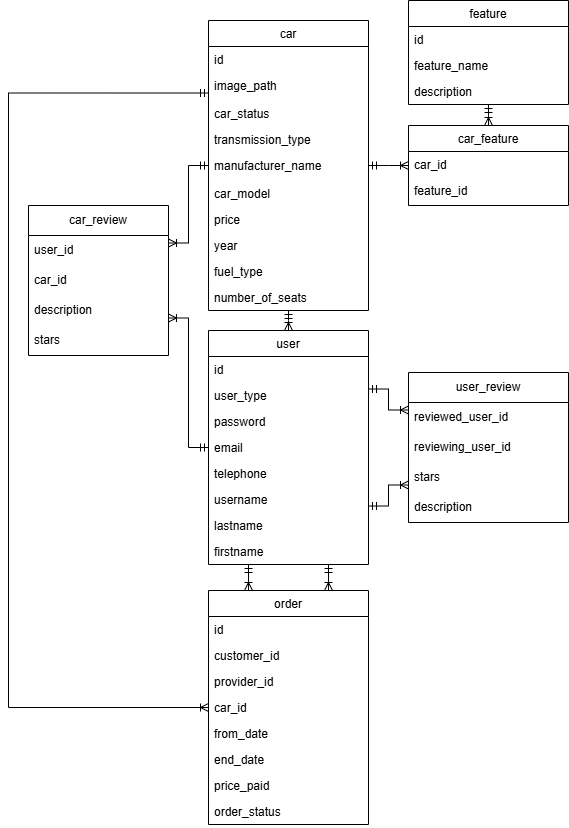
Before: Doc/databaseScheme.drawio.png, a diagram exported from draw.io (Nezerpz/IDATA2306-Project-2025). Source tidied: cells renumbered, new cells last; positions are measured from the earlier drawing's top-left corner, leaving out a move shared by most shapes.
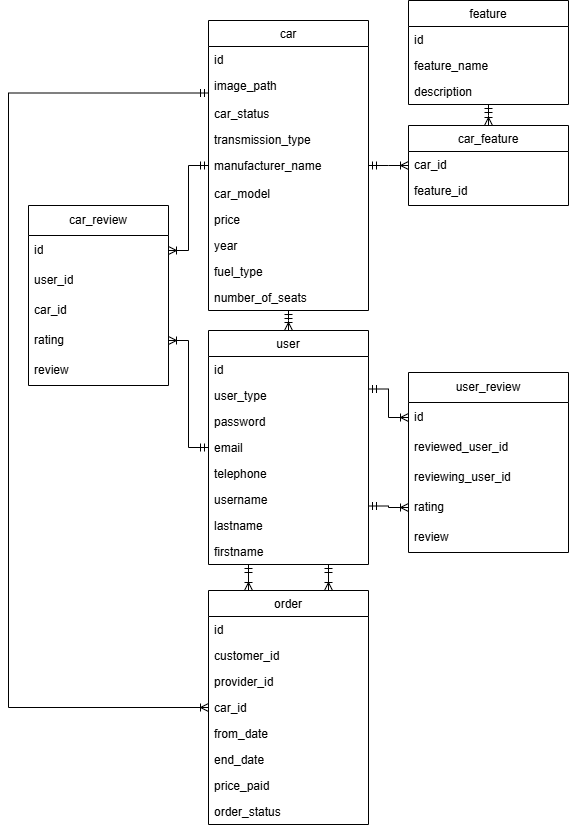
Above is the later version.

Diff of the diagram source:
```diff
@@ -133,19 +133,22 @@
       <mxGeometry relative="1" as="geometry" />
     </mxCell>
     <mxCell id="44" value="user_review" style="swimlane;fontStyle=0;horizontal=1;startSize=30;whiteSpace=wrap;html=1;" parent="1" vertex="1">
-      <mxGeometry x="400" y="372" width="160" height="150" as="geometry" />
+      <mxGeometry x="400" y="372" width="160" height="180" as="geometry" />
     </mxCell>
+    <mxCell id="58" value="id" style="text;strokeColor=none;fillColor=none;align=left;verticalAlign=middle;spacingLeft=4;spacingRight=4;overflow=hidden;whiteSpace=wrap;html=1;" parent="44" vertex="1">
+      <mxGeometry y="30" width="160" height="30" as="geometry" />
+    </mxCell>
     <mxCell id="45" value="reviewed_user_id" style="text;strokeColor=none;fillColor=none;align=left;verticalAlign=middle;spacingLeft=4;spacingRight=4;overflow=hidden;whiteSpace=wrap;html=1;" parent="44" vertex="1">
-      <mxGeometry y="30" width="160" height="30" as="geometry" />
+      <mxGeometry y="60" width="160" height="30" as="geometry" />
     </mxCell>
     <mxCell id="46" value="reviewing_user_id" style="text;strokeColor=none;fillColor=none;align=left;verticalAlign=middle;spacingLeft=4;spacingRight=4;overflow=hidden;whiteSpace=wrap;html=1;" parent="44" vertex="1">
-      <mxGeometry y="60" width="160" height="30" as="geometry" />
+      <mxGeometry y="90" width="160" height="30" as="geometry" />
     </mxCell>
-    <mxCell id="47" value="stars" style="text;strokeColor=none;fillColor=none;align=left;verticalAlign=middle;spacingLeft=4;spacingRight=4;overflow=hidden;whiteSpace=wrap;html=1;" parent="44" vertex="1">
-      <mxGeometry y="90" width="160" height="30" as="geometry" />
+    <mxCell id="47" value="rating" style="text;strokeColor=none;fillColor=none;align=left;verticalAlign=middle;spacingLeft=4;spacingRight=4;overflow=hidden;whiteSpace=wrap;html=1;" parent="44" vertex="1">
+      <mxGeometry y="120" width="160" height="30" as="geometry" />
     </mxCell>
-    <mxCell id="48" value="description" style="text;strokeColor=none;fillColor=none;align=left;verticalAlign=middle;spacingLeft=4;spacingRight=4;overflow=hidden;whiteSpace=wrap;html=1;" parent="44" vertex="1">
-      <mxGeometry y="120" width="160" height="30" as="geometry" />
+    <mxCell id="48" value="review" style="text;strokeColor=none;fillColor=none;align=left;verticalAlign=middle;spacingLeft=4;spacingRight=4;overflow=hidden;whiteSpace=wrap;html=1;" parent="44" vertex="1">
+      <mxGeometry y="150" width="160" height="30" as="geometry" />
     </mxCell>
     <mxCell id="49" style="edgeStyle=orthogonalEdgeStyle;rounded=0;jettySize=auto;html=1;exitX=0;exitY=0.25;exitDx=0;exitDy=0;endArrow=ERmandOne;endFill=0;startArrow=ERoneToMany;startFill=0;entryX=1;entryY=0.25;entryDx=0;entryDy=0;" parent="1" edge="1" source="44" target="26">
       <mxGeometry relative="1" as="geometry" />
@@ -154,20 +157,23 @@
       <mxGeometry relative="1" as="geometry" />
     </mxCell>
     <mxCell id="51" value="car_review" style="swimlane;fontStyle=0;horizontal=1;startSize=30;whiteSpace=wrap;html=1;" parent="1" vertex="1">
-      <mxGeometry x="20" y="205" width="140" height="150" as="geometry" />
+      <mxGeometry x="20" y="205" width="140" height="180" as="geometry" />
     </mxCell>
+    <mxCell id="59" value="id" style="text;strokeColor=none;fillColor=none;align=left;verticalAlign=middle;spacingLeft=4;spacingRight=4;overflow=hidden;whiteSpace=wrap;html=1;" parent="51" vertex="1">
+      <mxGeometry y="30" width="140" height="30" as="geometry" />
+    </mxCell>
     <mxCell id="52" value="user_id" style="text;strokeColor=none;fillColor=none;align=left;verticalAlign=middle;spacingLeft=4;spacingRight=4;overflow=hidden;whiteSpace=wrap;html=1;" parent="51" vertex="1">
-      <mxGeometry y="30" width="140" height="30" as="geometry" />
+      <mxGeometry y="60" width="140" height="30" as="geometry" />
     </mxCell>
     <mxCell id="53" value="car_id" style="text;strokeColor=none;fillColor=none;align=left;verticalAlign=middle;spacingLeft=4;spacingRight=4;overflow=hidden;whiteSpace=wrap;html=1;" parent="51" vertex="1">
-      <mxGeometry y="60" width="140" height="30" as="geometry" />
+      <mxGeometry y="90" width="140" height="30" as="geometry" />
     </mxCell>
+    <mxCell id="55" value="rating" style="text;strokeColor=none;fillColor=none;align=left;verticalAlign=middle;spacingLeft=4;spacingRight=4;overflow=hidden;whiteSpace=wrap;html=1;" parent="51" vertex="1">
+      <mxGeometry y="120" width="140" height="30" as="geometry" />
+    </mxCell>
-    <mxCell id="54" value="description" style="text;strokeColor=none;fillColor=none;align=left;verticalAlign=middle;spacingLeft=4;spacingRight=4;overflow=hidden;whiteSpace=wrap;html=1;" parent="51" vertex="1">
-      <mxGeometry y="90" width="140" height="30" as="geometry" />
+    <mxCell id="54" value="review" style="text;strokeColor=none;fillColor=none;align=left;verticalAlign=middle;spacingLeft=4;spacingRight=4;overflow=hidden;whiteSpace=wrap;html=1;" parent="51" vertex="1">
+      <mxGeometry y="150" width="140" height="30" as="geometry" />
     </mxCell>
-    <mxCell id="55" value="stars" style="text;strokeColor=none;fillColor=none;align=left;verticalAlign=middle;spacingLeft=4;spacingRight=4;overflow=hidden;whiteSpace=wrap;html=1;" parent="51" vertex="1">
-      <mxGeometry y="120" width="140" height="30" as="geometry" />
-    </mxCell>
     <mxCell id="56" style="edgeStyle=orthogonalEdgeStyle;rounded=0;jettySize=auto;html=1;endArrow=ERmandOne;endFill=0;startArrow=ERoneToMany;startFill=0;entryX=0;entryY=0.5;entryDx=0;entryDy=0;exitX=1;exitY=0.75;exitDx=0;exitDy=0;" parent="1" edge="1" source="51" target="26">
       <mxGeometry relative="1" as="geometry" />
     </mxCell>
```
